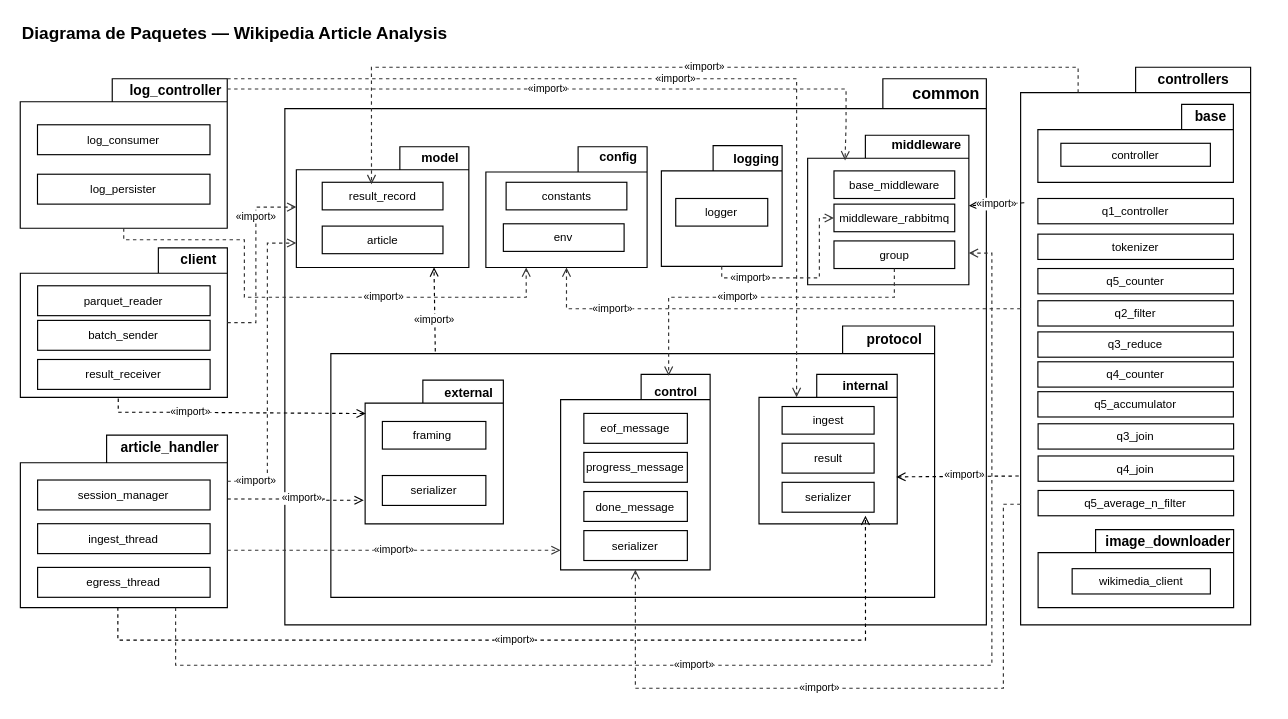
gjosen9999s/tp-final-distribuidos-grupo31 keeps this draw.io diagram as docs/Paquetes.drawio. Above is the earlier version. Source tidied: cells renumbered, new cells numbered last; positions are measured from the earlier drawing's top-left corner, leaving out a move shared by most shapes. Both pictures are drawn from the tidied source at 115%, with x=0, y=0 at pixel (20, 18).
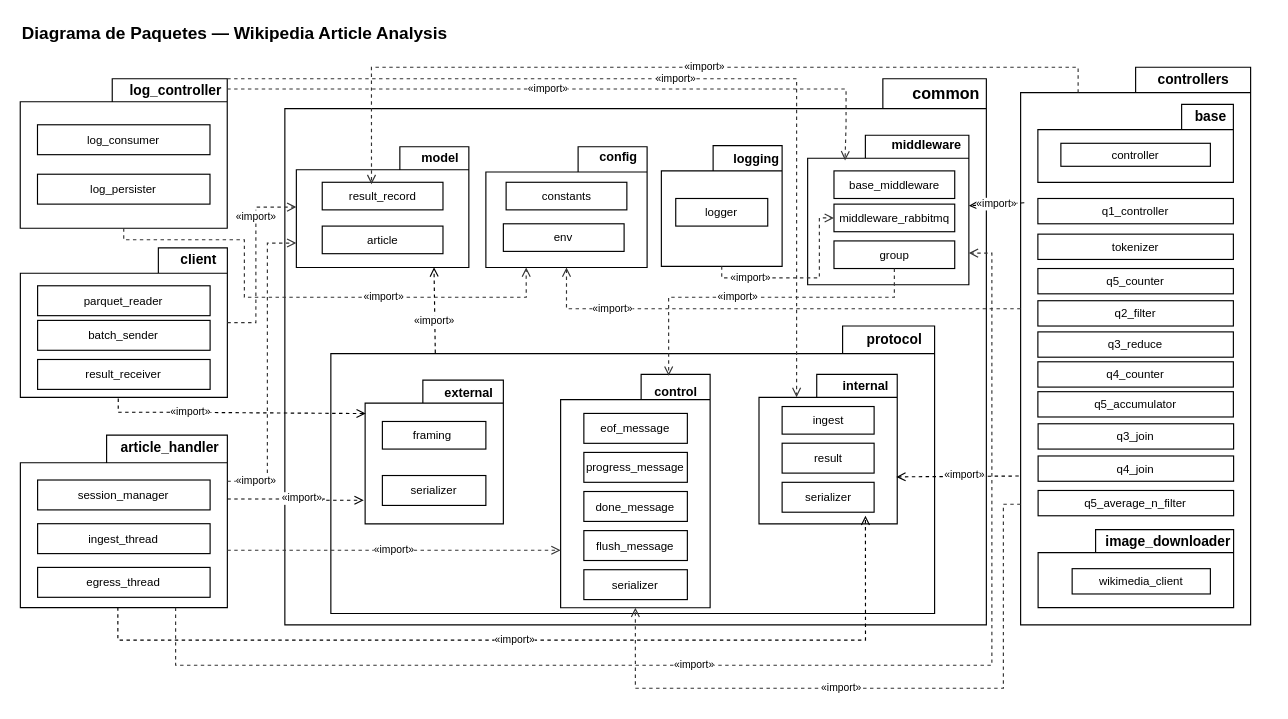
Above is the later version.

Commit message:
Adecuacion diagrama paquetes visto en call.

Diff of the diagram source:
```diff
@@
     <mxCell id="33" style="shape=folder;whiteSpace=wrap;html=1;tabWidth=80;tabHeight=24;fillColor=#ffffff;strokeColor=#000000;fontSize=12;shadow=0;" parent="1" vertex="1">
-      <mxGeometry x="270.2" y="267" width="525" height="235.9" as="geometry" />
+      <mxGeometry x="270.2" y="267" width="525" height="250" as="geometry" />
     </mxCell>
@@
     <mxCell id="52" style="shape=folder;whiteSpace=wrap;html=1;tabWidth=60;tabHeight=22;fillColor=#ffffff;strokeColor=#000000;fontSize=10;shadow=0;" parent="1" vertex="1">
-      <mxGeometry x="470" y="309" width="130" height="170" as="geometry" />
+      <mxGeometry x="470" y="309" width="130" height="203" as="geometry" />
     </mxCell>
@@
+    <mxCell id="89" value="flush_message" style="rounded=0;whiteSpace=wrap;html=1;fillColor=#ffffff;strokeColor=#000000;fontSize=10;shadow=0;" parent="1" vertex="1">
+      <mxGeometry x="490.2" y="444.9" width="90" height="26" as="geometry" />
+    </mxCell>
     <mxCell id="57" value="serializer" style="rounded=0;whiteSpace=wrap;html=1;fillColor=#ffffff;strokeColor=#000000;fontSize=10;shadow=0;" parent="1" vertex="1">
-      <mxGeometry x="490.2" y="444.9" width="90" height="26" as="geometry" />
+      <mxGeometry x="490.2" y="478.9" width="90" height="26" as="geometry" />
     </mxCell>
```
